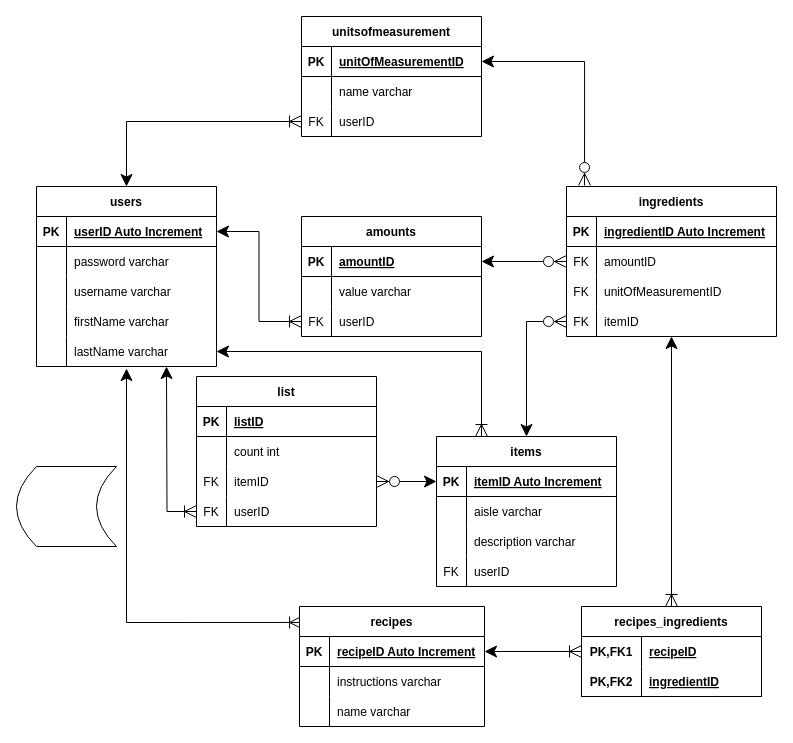
This is GBR ERD.drawio from squeekems/groceriesbyrecipe, a draw.io file, before an edit. Source tidied: cells renumbered, new cells numbered last; positions are measured from the earlier drawing's top-left corner, leaving out a move shared by most shapes. Both pictures are drawn from the tidied source at 100%, with x=0, y=0 at pixel (16, 16).
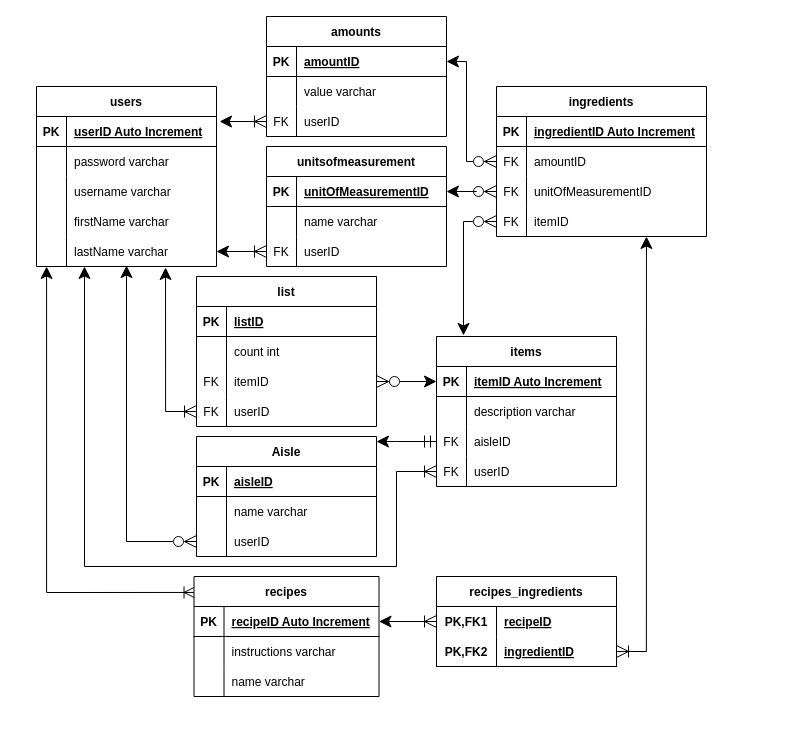
The same diagram, later.

Unchanged cells that the change refers to:
```xml
<mxCell id="3" style="shape=tableRow;horizontal=0;startSize=0;swimlaneHead=0;swimlaneBody=0;fillColor=none;points=[[0,0.5],[1,0.5]];portConstraint=eastwest;top=0;left=0;right=0;bottom=1;" parent="2" vertex="1">
  <mxGeometry y="30" width="180" height="30" as="geometry" />
</mxCell>
<mxCell id="15" style="shape=tableRow;horizontal=0;startSize=0;swimlaneHead=0;swimlaneBody=0;fillColor=none;points=[[0,0.5],[1,0.5]];portConstraint=eastwest;top=0;left=0;right=0;bottom=0;" parent="2" vertex="1">
  <mxGeometry y="150" width="180" height="30" as="geometry" />
</mxCell>
<mxCell id="29" style="shape=tableRow;horizontal=0;startSize=0;swimlaneHead=0;swimlaneBody=0;fillColor=none;points=[[0,0.5],[1,0.5]];portConstraint=eastwest;top=0;left=0;right=0;bottom=0;rounded=0;shadow=0;sketch=0;" parent="19" vertex="1">
  <mxGeometry y="120" width="180" height="30" as="geometry" />
</mxCell>
<mxCell id="38" style="shape=tableRow;horizontal=0;startSize=0;swimlaneHead=0;swimlaneBody=0;fillColor=none;points=[[0,0.5],[1,0.5]];portConstraint=eastwest;top=0;left=0;right=0;bottom=0;rounded=0;shadow=0;sketch=0;" parent="34" vertex="1">
  <mxGeometry y="60" width="210" height="30" as="geometry" />
</mxCell>
<mxCell id="41" style="shape=tableRow;horizontal=0;startSize=0;swimlaneHead=0;swimlaneBody=0;fillColor=none;points=[[0,0.5],[1,0.5]];portConstraint=eastwest;top=0;left=0;right=0;bottom=0;rounded=0;shadow=0;sketch=0;" parent="34" vertex="1">
  <mxGeometry y="90" width="210" height="30" as="geometry" />
</mxCell>
<mxCell id="44" style="shape=tableRow;horizontal=0;startSize=0;swimlaneHead=0;swimlaneBody=0;fillColor=none;points=[[0,0.5],[1,0.5]];portConstraint=eastwest;top=0;left=0;right=0;bottom=0;rounded=0;shadow=0;sketch=0;" parent="34" vertex="1">
  <mxGeometry y="120" width="210" height="30" as="geometry" />
</mxCell>
<mxCell id="59" style="shape=tableRow;horizontal=0;startSize=0;swimlaneHead=0;swimlaneBody=0;fillColor=none;points=[[0,0.5],[1,0.5]];portConstraint=eastwest;top=0;left=0;right=0;bottom=1;" parent="58" vertex="1">
  <mxGeometry y="30" width="180" height="30" as="geometry" />
</mxCell>
<mxCell id="65" style="shape=tableRow;horizontal=0;startSize=0;swimlaneHead=0;swimlaneBody=0;fillColor=none;points=[[0,0.5],[1,0.5]];portConstraint=eastwest;top=0;left=0;right=0;bottom=0;" parent="58" vertex="1">
  <mxGeometry y="90" width="180" height="30" as="geometry" />
</mxCell>
<mxCell id="69" style="shape=tableRow;horizontal=0;startSize=0;swimlaneHead=0;swimlaneBody=0;fillColor=none;points=[[0,0.5],[1,0.5]];portConstraint=eastwest;top=0;left=0;right=0;bottom=1;" parent="68" vertex="1">
  <mxGeometry y="30" width="180" height="30" as="geometry" />
</mxCell>
<mxCell id="75" style="shape=tableRow;horizontal=0;startSize=0;swimlaneHead=0;swimlaneBody=0;fillColor=none;points=[[0,0.5],[1,0.5]];portConstraint=eastwest;top=0;left=0;right=0;bottom=0;" parent="68" vertex="1">
  <mxGeometry y="90" width="180" height="30" as="geometry" />
</mxCell>
<mxCell id="84" style="shape=tableRow;horizontal=0;startSize=0;swimlaneHead=0;swimlaneBody=0;fillColor=none;points=[[0,0.5],[1,0.5]];portConstraint=eastwest;top=0;left=0;right=0;bottom=1;" parent="80" vertex="1">
  <mxGeometry y="60" width="180" height="30" as="geometry" />
</mxCell>
<mxCell id="97" style="shape=tableRow;horizontal=0;startSize=0;swimlaneHead=0;swimlaneBody=0;fillColor=none;points=[[0,0.5],[1,0.5]];portConstraint=eastwest;top=0;left=0;right=0;bottom=0;" parent="87" vertex="1">
  <mxGeometry y="120" width="180" height="30" as="geometry" />
</mxCell>
```

What changed in the source:
```diff
@@
     <mxCell id="2" value="users" style="shape=table;startSize=30;childLayout=tableLayout;rowLines=0;fontStyle=1;align=center;rounded=0;shadow=0;sketch=0;fillColor=#FFFFFF;backgroundOutline=0;fillOpacity=100;strokeOpacity=100;noLabel=0;" parent="1" vertex="1">
-      <mxGeometry x="20" y="170" width="180" height="180" as="geometry" />
+      <mxGeometry x="20" y="70" width="180" height="180" as="geometry" />
     </mxCell>
@@
-    <mxCell id="18" style="edgeStyle=orthogonalEdgeStyle;rounded=0;jettySize=auto;html=1;exitX=0.25;exitY=0;exitDx=0;exitDy=0;entryX=1;entryY=0.5;entryDx=0;entryDy=0;startArrow=ERoneToMany;startFill=0;startSize=10;endSize=10;" parent="1" edge="1" source="19" target="15">
-      <mxGeometry relative="1" as="geometry" />
+    <mxCell id="18" style="edgeStyle=orthogonalEdgeStyle;rounded=0;jettySize=auto;html=1;exitX=0;exitY=0.5;exitDx=0;exitDy=0;startArrow=ERoneToMany;startFill=0;startSize=10;endSize=10;" parent="1" edge="1" source="29" target="15">
+      <mxGeometry relative="1" as="geometry">
+        <Array as="points">
+          <mxPoint x="380" y="455" />
+          <mxPoint x="380" y="550" />
+          <mxPoint x="68" y="550" />
+        </Array>
+      </mxGeometry>
     </mxCell>
     <mxCell id="19" value="items" style="shape=table;startSize=30;childLayout=tableLayout;rowLines=0;fontStyle=1;align=center;rounded=0;shadow=0;sketch=0;fillColor=#FFFFFF;" parent="1" vertex="1">
-      <mxGeometry x="420" y="420" width="180" height="150" as="geometry" />
+      <mxGeometry x="420" y="320" width="180" height="150" as="geometry" />
     </mxCell>
@@
+    <mxCell id="26" style="shape=tableRow;horizontal=0;startSize=0;swimlaneHead=0;swimlaneBody=0;fillColor=none;top=0;left=0;right=0;bottom=0;rounded=0;shadow=0;sketch=0;" parent="19" vertex="1">
+      <mxGeometry y="60" width="180" height="30" as="geometry" />
+    </mxCell>
+    <mxCell id="27" style="shape=partialRectangle;fillColor=none;top=0;left=0;bottom=0;right=0;overflow=hidden;rounded=0;shadow=0;sketch=0;" parent="26" vertex="1">
+      <mxGeometry width="30" height="30" as="geometry" />
+    </mxCell>
+    <mxCell id="28" value="description varchar" style="shape=partialRectangle;fillColor=none;top=0;left=0;bottom=0;right=0;align=left;spacingLeft=6;overflow=hidden;rounded=0;shadow=0;sketch=0;" parent="26" vertex="1">
+      <mxGeometry x="30" width="150" height="30" as="geometry" />
+    </mxCell>
     <mxCell id="23" style="shape=tableRow;horizontal=0;startSize=0;swimlaneHead=0;swimlaneBody=0;fillColor=none;points=[[0,0.5],[1,0.5]];portConstraint=eastwest;top=0;left=0;right=0;bottom=0;rounded=0;shadow=0;sketch=0;" parent="19" vertex="1">
-      <mxGeometry y="60" width="180" height="30" as="geometry" />
+      <mxGeometry y="90" width="180" height="30" as="geometry" />
     </mxCell>
-    <mxCell id="24" style="shape=partialRectangle;fillColor=none;top=0;left=0;bottom=0;right=0;overflow=hidden;rounded=0;shadow=0;sketch=0;" parent="23" vertex="1">
+    <mxCell id="24" value="FK" style="shape=partialRectangle;fillColor=none;top=0;left=0;bottom=0;right=0;overflow=hidden;rounded=0;shadow=0;sketch=0;" parent="23" vertex="1">
       <mxGeometry width="30" height="30" as="geometry" />
     </mxCell>
-    <mxCell id="25" value="aisle varchar" style="shape=partialRectangle;fillColor=none;top=0;left=0;bottom=0;right=0;align=left;spacingLeft=6;overflow=hidden;rounded=0;shadow=0;sketch=0;" parent="23" vertex="1">
+    <mxCell id="25" value="aisleID" style="shape=partialRectangle;fillColor=none;top=0;left=0;bottom=0;right=0;align=left;spacingLeft=6;overflow=hidden;rounded=0;shadow=0;sketch=0;" parent="23" vertex="1">
       <mxGeometry x="30" width="150" height="30" as="geometry" />
     </mxCell>
-    <mxCell id="26" style="shape=tableRow;horizontal=0;startSize=0;swimlaneHead=0;swimlaneBody=0;fillColor=none;top=0;left=0;right=0;bottom=0;rounded=0;shadow=0;sketch=0;" parent="19" vertex="1">
-      <mxGeometry y="90" width="180" height="30" as="geometry" />
-    </mxCell>
-    <mxCell id="27" style="shape=partialRectangle;fillColor=none;top=0;left=0;bottom=0;right=0;overflow=hidden;rounded=0;shadow=0;sketch=0;" parent="26" vertex="1">
-      <mxGeometry width="30" height="30" as="geometry" />
-    </mxCell>
-    <mxCell id="28" value="description varchar" style="shape=partialRectangle;fillColor=none;top=0;left=0;bottom=0;right=0;align=left;spacingLeft=6;overflow=hidden;rounded=0;shadow=0;sketch=0;" parent="26" vertex="1">
-      <mxGeometry x="30" width="150" height="30" as="geometry" />
-    </mxCell>
@@
-    <mxCell id="32" style="edgeStyle=orthogonalEdgeStyle;rounded=0;jettySize=auto;html=1;entryX=1;entryY=0.5;entryDx=0;entryDy=0;startArrow=ERzeroToMany;startFill=0;startSize=10;endSize=10;exitX=0.086;exitY=-0.007;exitDx=0;exitDy=0;exitPerimeter=0;" parent="1" edge="1" source="34" target="69">
+    <mxCell id="32" style="edgeStyle=orthogonalEdgeStyle;rounded=0;jettySize=auto;html=1;entryX=1;entryY=0.5;entryDx=0;entryDy=0;startArrow=ERzeroToMany;startFill=0;startSize=10;endSize=10;exitX=0;exitY=0.5;exitDx=0;exitDy=0;" parent="1" edge="1" source="41" target="69">
       <mxGeometry relative="1" as="geometry">
         <Array as="points">
-          <mxPoint x="568" y="45" />
+          <mxPoint x="460" y="175" />
+          <mxPoint x="460" y="175" />
         </Array>
       </mxGeometry>
     </mxCell>
     <mxCell id="33" style="edgeStyle=orthogonalEdgeStyle;rounded=0;jettySize=auto;html=1;entryX=1;entryY=0.5;entryDx=0;entryDy=0;startArrow=ERzeroToMany;startFill=0;startSize=10;endSize=10;exitX=0;exitY=0.5;exitDx=0;exitDy=0;" parent="1" edge="1" source="38" target="59">
-      <mxGeometry relative="1" as="geometry" />
+      <mxGeometry relative="1" as="geometry">
+        <Array as="points">
+          <mxPoint x="450" y="145" />
+          <mxPoint x="450" y="45" />
+        </Array>
+      </mxGeometry>
     </mxCell>
     <mxCell id="34" value="ingredients" style="shape=table;startSize=30;childLayout=tableLayout;rowLines=0;fontStyle=1;align=center;rounded=0;shadow=0;sketch=0;fillColor=#FFFFFF;" parent="1" vertex="1">
-      <mxGeometry x="550" y="170" width="210" height="150" as="geometry" />
+      <mxGeometry x="480" y="70" width="210" height="150" as="geometry" />
     </mxCell>
@@
-    <mxCell id="47" style="edgeStyle=orthogonalEdgeStyle;rounded=0;jettySize=auto;html=1;entryX=0.5;entryY=1.067;entryDx=0;entryDy=0;entryPerimeter=0;startArrow=ERoneToMany;startFill=0;startSize=10;endSize=10;exitX=0.011;exitY=0.133;exitDx=0;exitDy=0;exitPerimeter=0;" parent="1" edge="1" source="48" target="15">
+    <mxCell id="47" style="edgeStyle=orthogonalEdgeStyle;rounded=0;jettySize=auto;html=1;entryX=0.056;entryY=1;entryDx=0;entryDy=0;entryPerimeter=0;startArrow=ERoneToMany;startFill=0;startSize=10;endSize=10;exitX=0.011;exitY=0.133;exitDx=0;exitDy=0;exitPerimeter=0;" parent="1" edge="1" source="48" target="15">
       <mxGeometry relative="1" as="geometry">
         <Array as="points">
-          <mxPoint x="110" y="606" />
+          <mxPoint x="30" y="576" />
         </Array>
       </mxGeometry>
     </mxCell>
     <mxCell id="48" value="recipes" style="shape=table;startSize=30;childLayout=tableLayout;rowLines=0;fontStyle=1;align=center;rounded=0;shadow=0;sketch=0;fillColor=#FFFFFF;" parent="1" vertex="1">
-      <mxGeometry x="283" y="590" width="185" height="120" as="geometry" />
+      <mxGeometry x="177.5" y="560" width="185" height="120" as="geometry" />
     </mxCell>
@@
     <mxCell id="58" value="amounts" style="shape=table;startSize=30;childLayout=tableLayout;rowLines=0;fontStyle=1;align=center;" parent="1" vertex="1">
-      <mxGeometry x="285" y="200" width="180" height="120" as="geometry" />
+      <mxGeometry x="250" width="180" height="120" as="geometry" />
     </mxCell>
@@
     <mxCell id="68" value="unitsofmeasurement" style="shape=table;startSize=30;childLayout=tableLayout;rowLines=0;fontStyle=1;align=center;" parent="1" vertex="1">
-      <mxGeometry x="285" width="180" height="120" as="geometry" />
+      <mxGeometry x="250" y="130" width="180" height="120" as="geometry" />
     </mxCell>
@@
-    <mxCell id="78" style="edgeStyle=orthogonalEdgeStyle;rounded=0;jettySize=auto;html=1;entryX=0.5;entryY=1;entryDx=0;entryDy=0;entryPerimeter=0;startArrow=ERoneToMany;startFill=0;startSize=10;endSize=10;" parent="1" edge="1" source="80" target="44">
+    <mxCell id="78" style="edgeStyle=orthogonalEdgeStyle;rounded=0;jettySize=auto;html=1;entryX=0.714;entryY=1;entryDx=0;entryDy=0;entryPerimeter=0;startArrow=ERoneToMany;startFill=0;startSize=10;endSize=10;exitX=1;exitY=0.5;exitDx=0;exitDy=0;" parent="1" edge="1" source="84" target="44">
       <mxGeometry relative="1" as="geometry" />
     </mxCell>
@@
     <mxCell id="80" value="recipes_ingredients" style="shape=table;startSize=30;childLayout=tableLayout;rowLines=0;fontStyle=1;align=center;" parent="1" vertex="1">
-      <mxGeometry x="565" y="590" width="180" height="90" as="geometry" />
+      <mxGeometry x="420" y="560" width="180" height="90" as="geometry" />
     </mxCell>
@@
     <mxCell id="87" value="list" style="shape=table;startSize=30;childLayout=tableLayout;rowLines=0;fontStyle=1;align=center;" parent="1" vertex="1">
-      <mxGeometry x="180" y="360" width="180" height="150" as="geometry" />
+      <mxGeometry x="180" y="260" width="180" height="150" as="geometry" />
     </mxCell>
@@
-    <mxCell id="100" style="edgeStyle=orthogonalEdgeStyle;rounded=0;jettySize=auto;html=1;endSize=10;startSize=10;startArrow=ERoneToMany;startFill=0;" parent="1" edge="1" source="75" target="2">
+    <mxCell id="100" style="edgeStyle=orthogonalEdgeStyle;rounded=0;jettySize=auto;html=1;endSize=10;startSize=10;startArrow=ERoneToMany;startFill=0;entryX=1;entryY=0.5;entryDx=0;entryDy=0;" parent="1" edge="1" source="75" target="15">
       <mxGeometry relative="1" as="geometry" />
     </mxCell>
-    <mxCell id="101" style="edgeStyle=orthogonalEdgeStyle;rounded=0;jettySize=auto;html=1;entryX=0.5;entryY=0;entryDx=0;entryDy=0;startArrow=ERzeroToMany;startFill=0;startSize=10;endSize=10;" parent="1" edge="1" source="44" target="19">
+    <mxCell id="101" style="edgeStyle=orthogonalEdgeStyle;rounded=0;jettySize=auto;html=1;entryX=0.15;entryY=-0.007;entryDx=0;entryDy=0;startArrow=ERzeroToMany;startFill=0;startSize=10;endSize=10;entryPerimeter=0;" parent="1" edge="1" source="44" target="19">
       <mxGeometry relative="1" as="geometry" />
     </mxCell>
@@
-    <mxCell id="103" style="edgeStyle=orthogonalEdgeStyle;rounded=0;jettySize=auto;html=1;entryX=1;entryY=0.5;entryDx=0;entryDy=0;startArrow=ERoneToMany;startFill=0;startSize=10;endSize=10;" parent="1" edge="1" source="65" target="3">
+    <mxCell id="103" style="edgeStyle=orthogonalEdgeStyle;rounded=0;jettySize=auto;html=1;entryX=1.017;entryY=0.167;entryDx=0;entryDy=0;startArrow=ERoneToMany;startFill=0;startSize=10;endSize=10;entryPerimeter=0;" parent="1" edge="1" source="65" target="3">
       <mxGeometry relative="1" as="geometry" />
     </mxCell>
-    <mxCell id="104" style="edgeStyle=orthogonalEdgeStyle;rounded=0;jettySize=auto;html=1;startArrow=ERoneToMany;startFill=0;startSize=10;endSize=10;" parent="1" edge="1" source="97">
-      <mxGeometry relative="1" as="geometry">
-        <mxPoint x="150" y="350" as="targetPoint" />
-      </mxGeometry>
+    <mxCell id="104" style="edgeStyle=orthogonalEdgeStyle;rounded=0;jettySize=auto;html=1;startArrow=ERoneToMany;startFill=0;startSize=10;endSize=10;entryX=0.717;entryY=1.033;entryDx=0;entryDy=0;entryPerimeter=0;" parent="1" edge="1" source="97" target="15">
+      <mxGeometry relative="1" as="geometry" />
     </mxCell>
-    <mxCell id="105" style="shape=dataStorage;whiteSpace=wrap;html=1;fixedSize=1;" parent="1" vertex="1">
-      <mxGeometry y="450" width="100" height="80" as="geometry" />
-    </mxCell>
+    <mxCell id="106" value="Aisle" style="shape=table;startSize=30;childLayout=tableLayout;rowLines=0;fontStyle=1;align=center;" parent="1" vertex="1">
+      <mxGeometry x="180" y="420" width="180" height="120" as="geometry" />
+    </mxCell>
+    <mxCell id="107" style="shape=tableRow;horizontal=0;startSize=0;swimlaneHead=0;swimlaneBody=0;fillColor=none;top=0;left=0;right=0;bottom=1;" parent="106" vertex="1">
+      <mxGeometry y="30" width="180" height="30" as="geometry" />
+    </mxCell>
+    <mxCell id="108" value="PK" style="shape=partialRectangle;fillColor=none;top=0;left=0;bottom=0;right=0;fontStyle=1;overflow=hidden;" parent="107" vertex="1">
+      <mxGeometry width="30" height="30" as="geometry" />
+    </mxCell>
+    <mxCell id="109" value="aisleID" style="shape=partialRectangle;fillColor=none;top=0;left=0;bottom=0;right=0;align=left;spacingLeft=6;fontStyle=5;overflow=hidden;" parent="107" vertex="1">
+      <mxGeometry x="30" width="150" height="30" as="geometry" />
+    </mxCell>
+    <mxCell id="110" style="shape=tableRow;horizontal=0;startSize=0;swimlaneHead=0;swimlaneBody=0;fillColor=none;top=0;left=0;right=0;bottom=0;" parent="106" vertex="1">
+      <mxGeometry y="60" width="180" height="30" as="geometry" />
+    </mxCell>
+    <mxCell id="111" style="shape=partialRectangle;fillColor=none;top=0;left=0;bottom=0;right=0;overflow=hidden;" parent="110" vertex="1">
+      <mxGeometry width="30" height="30" as="geometry" />
+    </mxCell>
+    <mxCell id="112" value="name varchar" style="shape=partialRectangle;fillColor=none;top=0;left=0;bottom=0;right=0;align=left;spacingLeft=6;overflow=hidden;" parent="110" vertex="1">
+      <mxGeometry x="30" width="150" height="30" as="geometry" />
+    </mxCell>
+    <mxCell id="113" style="shape=tableRow;horizontal=0;startSize=0;swimlaneHead=0;swimlaneBody=0;fillColor=none;points=[[0,0.5],[1,0.5]];portConstraint=eastwest;top=0;left=0;right=0;bottom=0;" parent="106" vertex="1">
+      <mxGeometry y="90" width="180" height="30" as="geometry" />
+    </mxCell>
+    <mxCell id="114" style="shape=partialRectangle;fillColor=none;top=0;left=0;bottom=0;right=0;overflow=hidden;" parent="113" vertex="1">
+      <mxGeometry width="30" height="30" as="geometry" />
+    </mxCell>
+    <mxCell id="115" value="userID" style="shape=partialRectangle;fillColor=none;top=0;left=0;bottom=0;right=0;align=left;spacingLeft=6;overflow=hidden;" parent="113" vertex="1">
+      <mxGeometry x="30" width="150" height="30" as="geometry" />
+    </mxCell>
+    <mxCell id="116" style="edgeStyle=orthogonalEdgeStyle;rounded=0;jettySize=auto;html=1;entryX=0.5;entryY=0.967;entryDx=0;entryDy=0;entryPerimeter=0;endSize=10;startSize=10;startArrow=ERzeroToMany;startFill=0;" parent="1" edge="1" source="113" target="15">
+      <mxGeometry relative="1" as="geometry" />
+    </mxCell>
+    <mxCell id="117" style="edgeStyle=orthogonalEdgeStyle;rounded=0;jettySize=auto;html=1;entryX=0;entryY=0.5;entryDx=0;entryDy=0;endSize=10;startSize=10;startArrow=classic;startFill=1;exitX=1;exitY=0.042;exitDx=0;exitDy=0;endArrow=ERmandOne;endFill=0;exitPerimeter=0;" parent="1" edge="1" source="106" target="23">
+      <mxGeometry relative="1" as="geometry">
+        <Array as="points">
+          <mxPoint x="380" y="425" />
+          <mxPoint x="380" y="425" />
+        </Array>
+      </mxGeometry>
+    </mxCell>
```
